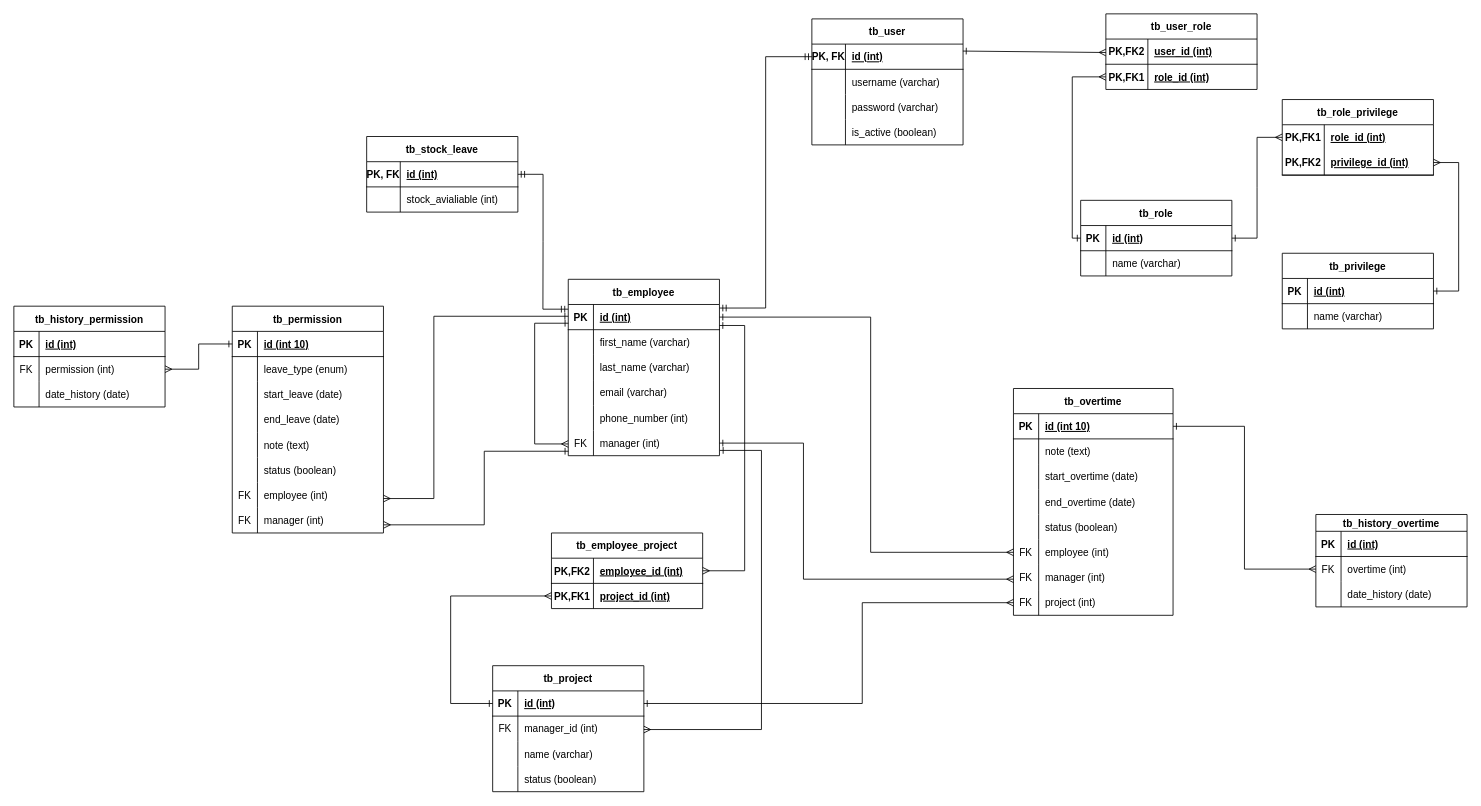
Above: Final.drawio in zarmintaa/Skripsi (draw.io), before the change. Source tidied: cells renumbered, new cells numbered last; positions are measured from the earlier drawing's top-left corner, leaving out a move shared by most shapes. Both pictures are drawn from the tidied source at 84%, with x=0, y=0 at pixel (13, 13).
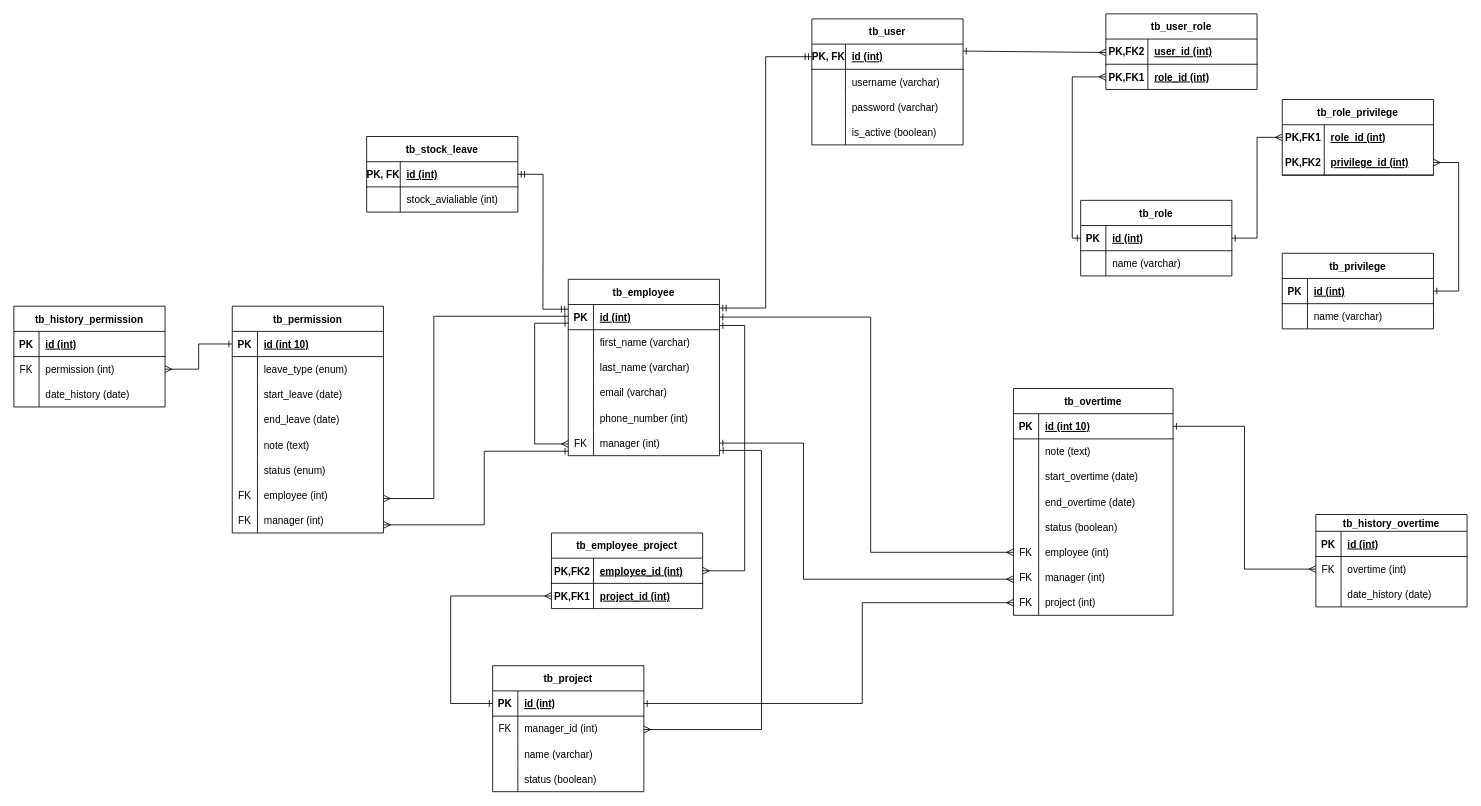
The same diagram, later.

Unchanged cells that the change refers to:
```xml
<mxCell id="72" style="shape=tableRow;horizontal=0;startSize=0;swimlaneHead=0;swimlaneBody=0;fillColor=none;top=0;left=0;right=0;bottom=0;" parent="56" vertex="1">
  <mxGeometry y="180" width="180" height="30" as="geometry" />
</mxCell>
```

Change to the diagram source:
```diff
@@
-    <mxCell id="74" value="status (boolean)" style="shape=partialRectangle;fillColor=none;top=0;left=0;bottom=0;right=0;align=left;spacingLeft=6;overflow=hidden;" parent="72" vertex="1">
+    <mxCell id="74" value="status (enum)" style="shape=partialRectangle;fillColor=none;top=0;left=0;bottom=0;right=0;align=left;spacingLeft=6;overflow=hidden;" parent="72" vertex="1">
       <mxGeometry x="30" width="150" height="30" as="geometry" />
     </mxCell>
```
